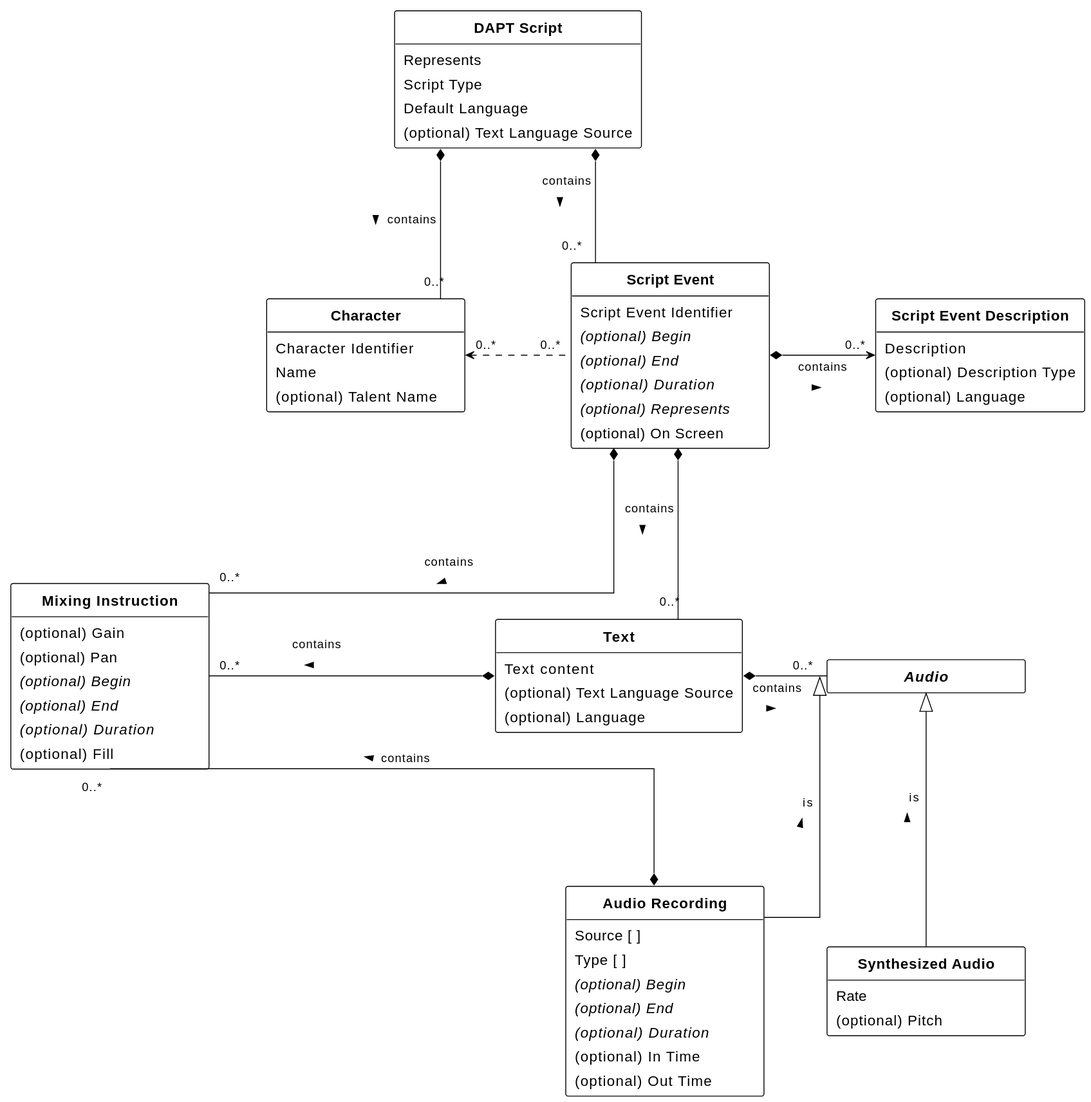
This is figures/class-diagram.svg from w3c/dapt, a PlantUML export, as it was before one commit.
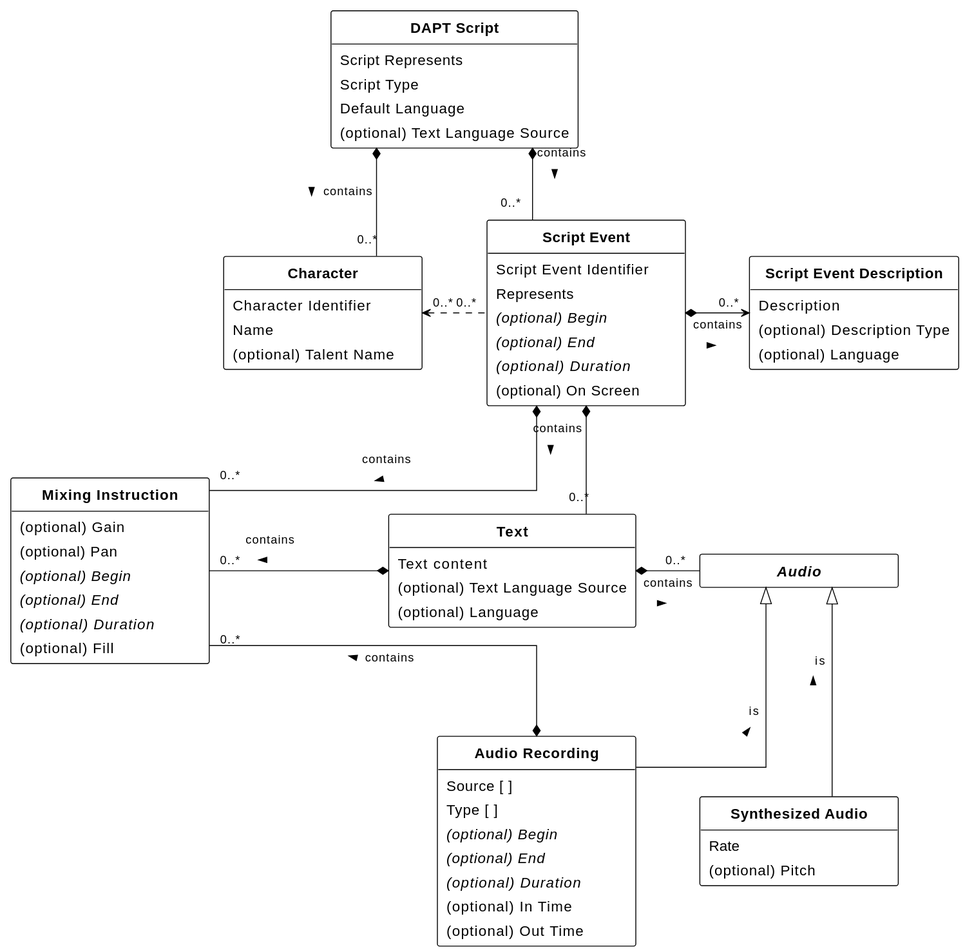
Above is the later version.

Change to the diagram source:
```diff
@@ -12,7 +12,7 @@
 skinparam MinClassWidth 220
 
 Class DAPTScript as "**DAPT Script**" [[#dapt-script]] {
-    Represents [[[#represents]]]
+    Script Represents [[[#script-represents]]]
     Script Type [[[#script-type]]]
     Default Language [[[#default-language]]]
     {field} (optional) Text Language Source [[[#text-language-source]]]
@@ -27,10 +27,10 @@
 
     Class ScriptEvent as "**Script Event**" [[#script-event]] {
         Script Event Identifier [[[#dfn-script-event-identifier]]]
+        {field} Represents [[[#represents]]]
         {field} {abstract} (optional) Begin [[[#dfn-begin]]]
         {field} {abstract} (optional) End [[[#dfn-end]]]
         {field} {abstract} (optional) Duration [[[#dfn-duration]]]
-        {field} {abstract} (optional) Represents [[[#represents-0]]]
         {field} (optional) On Screen [[[#on-screen]]]
     }
 
```
